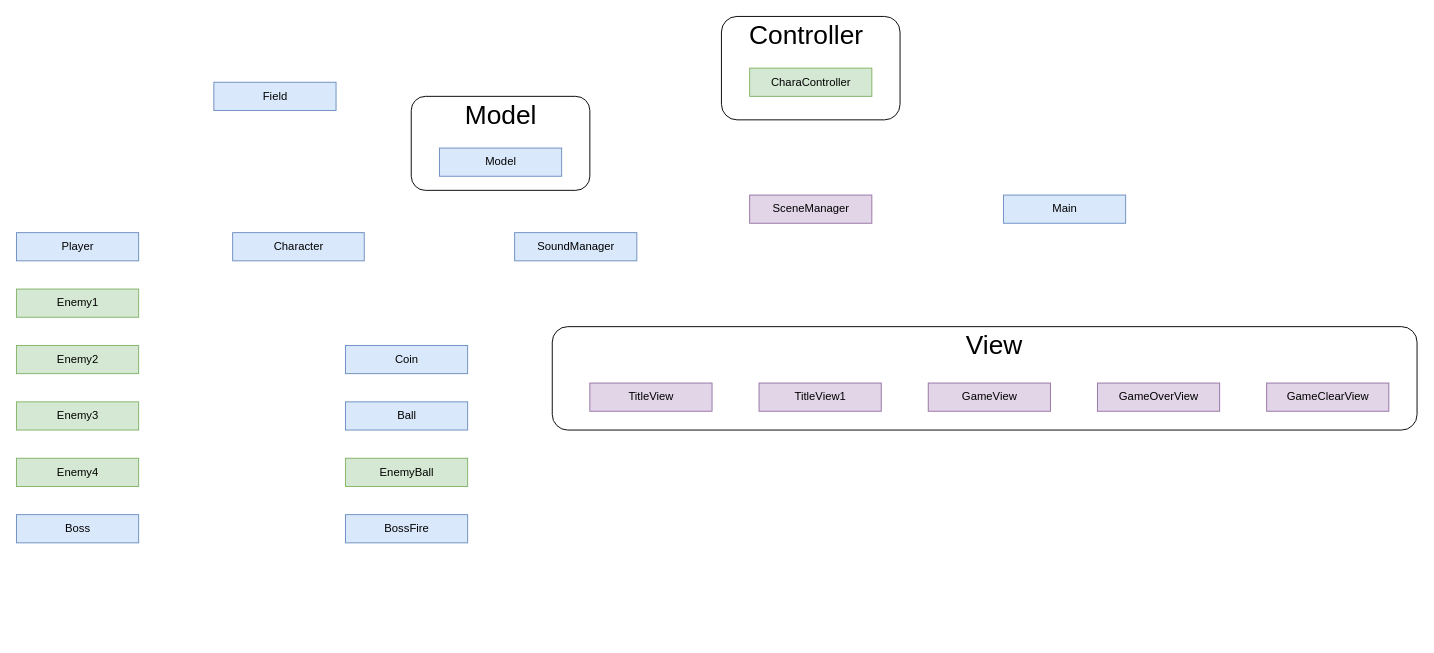
Earlier version of the draw.io diagram uml.drawio (ddaiki5/MediaPrograming). Source tidied: cells renumbered, new cells numbered last; positions are measured from the earlier drawing's top-left corner, leaving out a move shared by most shapes. Both pictures are drawn from the tidied source at 94%, with x=0, y=0 at pixel (16, 16).
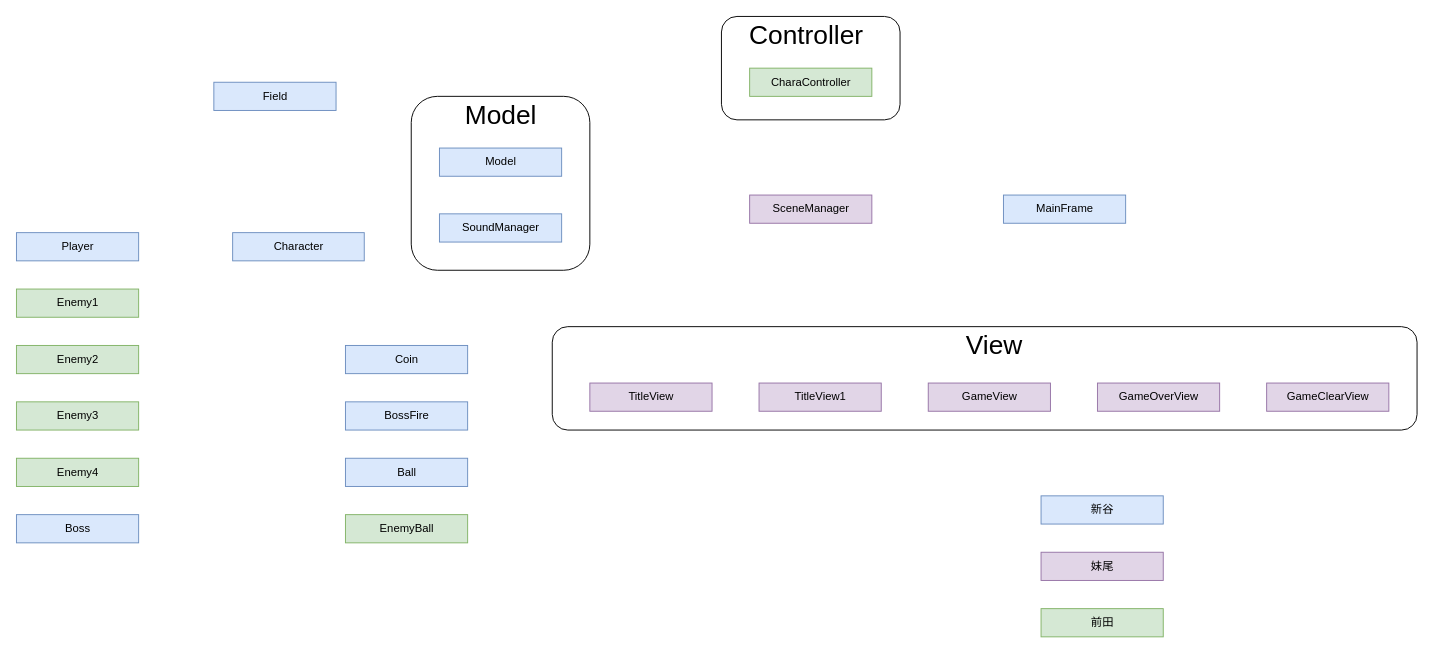
The same diagram, later.

The edit, as a diff of the source:
```diff
@@
     <mxCell id="4" style="rounded=1;whiteSpace=wrap;html=1;" parent="1" vertex="1">
-      <mxGeometry x="420" y="85" width="190" height="100" as="geometry" />
+      <mxGeometry x="420" y="85" width="190" height="185" as="geometry" />
     </mxCell>
@@
     <mxCell id="11" value="BossFire" style="html=1;fillColor=#dae8fc;strokeColor=#6c8ebf;" parent="1" vertex="1">
-      <mxGeometry x="350" y="530" width="130" height="30" as="geometry" />
+      <mxGeometry x="350" y="410" width="130" height="30" as="geometry" />
     </mxCell>
@@
     <mxCell id="13" value="Ball" style="html=1;fillColor=#dae8fc;strokeColor=#6c8ebf;" parent="1" vertex="1">
-      <mxGeometry x="350" y="410" width="130" height="30" as="geometry" />
+      <mxGeometry x="350" y="470" width="130" height="30" as="geometry" />
     </mxCell>
     <mxCell id="14" value="EnemyBall" style="html=1;fillColor=#d5e8d4;strokeColor=#82b366;" parent="1" vertex="1">
-      <mxGeometry x="350" y="470" width="130" height="30" as="geometry" />
+      <mxGeometry x="350" y="530" width="130" height="30" as="geometry" />
     </mxCell>
@@
-    <mxCell id="22" value="Main" style="html=1;fillColor=#dae8fc;strokeColor=#6c8ebf;" parent="1" vertex="1">
+    <mxCell id="22" value="MainFrame" style="html=1;fillColor=#dae8fc;strokeColor=#6c8ebf;" parent="1" vertex="1">
       <mxGeometry x="1050" y="190" width="130" height="30" as="geometry" />
     </mxCell>
@@
     <mxCell id="28" value="SoundManager" style="html=1;fillColor=#dae8fc;strokeColor=#6c8ebf;" parent="1" vertex="1">
-      <mxGeometry x="530" y="230" width="130" height="30" as="geometry" />
+      <mxGeometry x="450" y="210" width="130" height="30" as="geometry" />
     </mxCell>
@@
+    <mxCell id="30" value="新谷" style="html=1;fillColor=#dae8fc;strokeColor=#6c8ebf;" parent="1" vertex="1">
+      <mxGeometry x="1090" y="510" width="130" height="30" as="geometry" />
+    </mxCell>
+    <mxCell id="31" value="妹尾" style="html=1;fillColor=#e1d5e7;strokeColor=#9673a6;" parent="1" vertex="1">
+      <mxGeometry x="1090" y="570" width="130" height="30" as="geometry" />
+    </mxCell>
+    <mxCell id="32" value="前田" style="html=1;fillColor=#d5e8d4;strokeColor=#82b366;" parent="1" vertex="1">
+      <mxGeometry x="1090" y="630" width="130" height="30" as="geometry" />
+    </mxCell>
```
